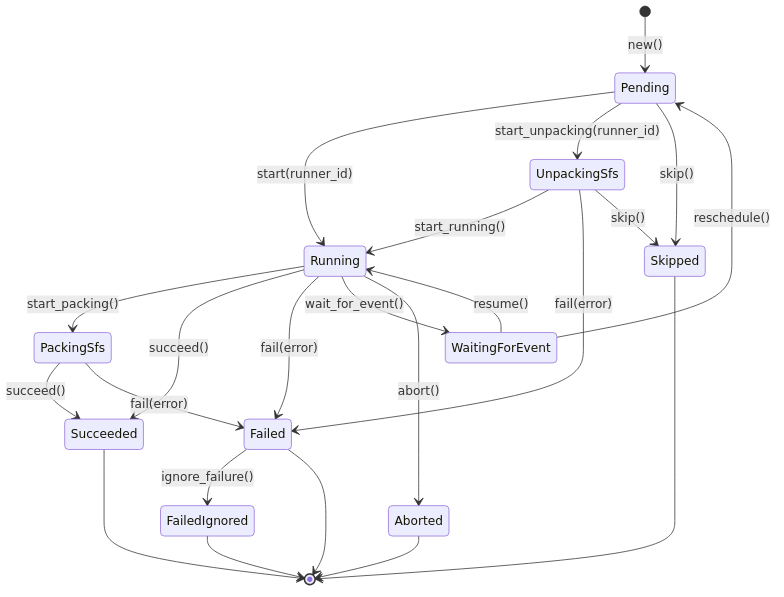
The Mermaid diagram docs/step_machine.png in paninfracon/stormchaser, before a commit. Its source is kept beside it as docs/step_machine.mmd. Its diagram source:
```mermaid
stateDiagram-v2
    [*] --> Pending: new()

    Pending --> Running: start(runner_id)
    Pending --> UnpackingSfs: start_unpacking(runner_id)
    Pending --> Skipped: skip()

    UnpackingSfs --> Running: start_running()
    UnpackingSfs --> Failed: fail(error)
    UnpackingSfs --> Skipped: skip()

    Running --> PackingSfs: start_packing()
    Running --> Succeeded: succeed()
    Running --> Failed: fail(error)
    Running --> WaitingForEvent: wait_for_event()
    Running --> Aborted: abort()

    PackingSfs --> Succeeded: succeed()
    PackingSfs --> Failed: fail(error)

    WaitingForEvent --> Running: resume()
    WaitingForEvent --> Pending: reschedule()

    Failed --> FailedIgnored: ignore_failure()

    Succeeded --> [*]
    Skipped --> [*]
    Failed --> [*]
    FailedIgnored --> [*]
    Aborted --> [*]
```
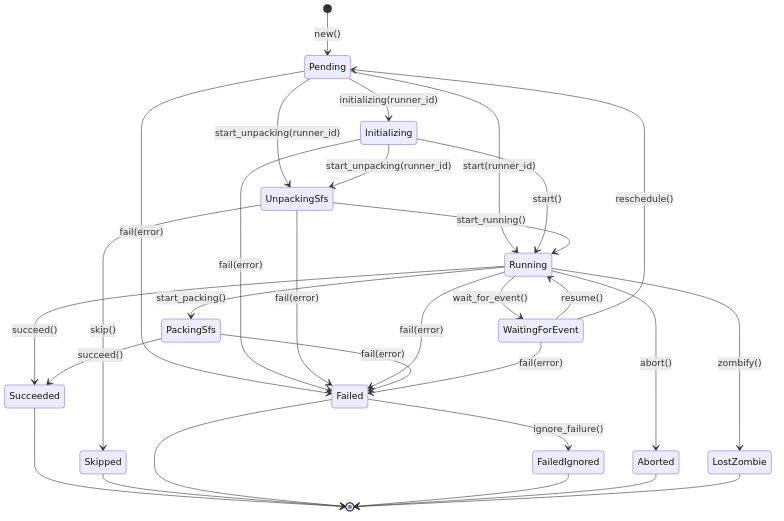
Above is the later version.

The edit, as a diff of the source:
```diff
@@ -1,9 +1,14 @@
 stateDiagram-v2
     [*] --> Pending: new()
 
+    Pending --> Initializing: initializing(runner_id)
     Pending --> Running: start(runner_id)
     Pending --> UnpackingSfs: start_unpacking(runner_id)
-    Pending --> Skipped: skip()
+    Pending --> Failed: fail(error)
+
+    Initializing --> Running: start()
+    Initializing --> UnpackingSfs: start_unpacking(runner_id)
+    Initializing --> Failed: fail(error)
 
     UnpackingSfs --> Running: start_running()
     UnpackingSfs --> Failed: fail(error)
@@ -14,12 +19,14 @@
     Running --> Failed: fail(error)
     Running --> WaitingForEvent: wait_for_event()
     Running --> Aborted: abort()
+    Running --> LostZombie: zombify()
 
     PackingSfs --> Succeeded: succeed()
     PackingSfs --> Failed: fail(error)
 
     WaitingForEvent --> Running: resume()
     WaitingForEvent --> Pending: reschedule()
+    WaitingForEvent --> Failed: fail(error)
 
     Failed --> FailedIgnored: ignore_failure()
 
@@ -28,3 +35,4 @@
     Failed --> [*]
     FailedIgnored --> [*]
     Aborted --> [*]
+    LostZombie --> [*]
```
